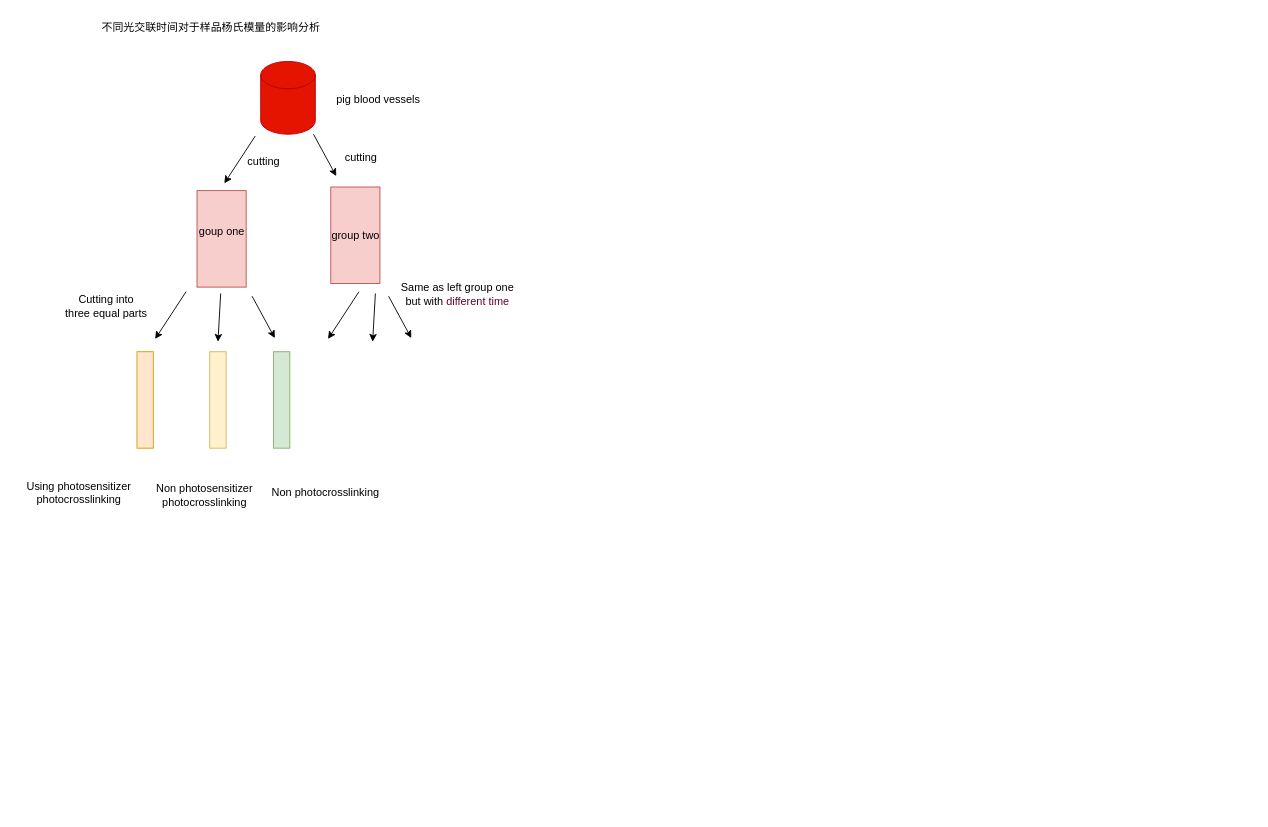
Earlier version of the draw.io diagram postgraduation/Ben 光交联实验.drawio (Thesoul20/daily-work). Source tidied: cells renumbered, new cells numbered last; positions are measured from the earlier drawing's top-left corner, leaving out a move shared by most shapes. Both pictures are drawn from the tidied source at 91%, with x=0, y=0 at pixel (15, 15).
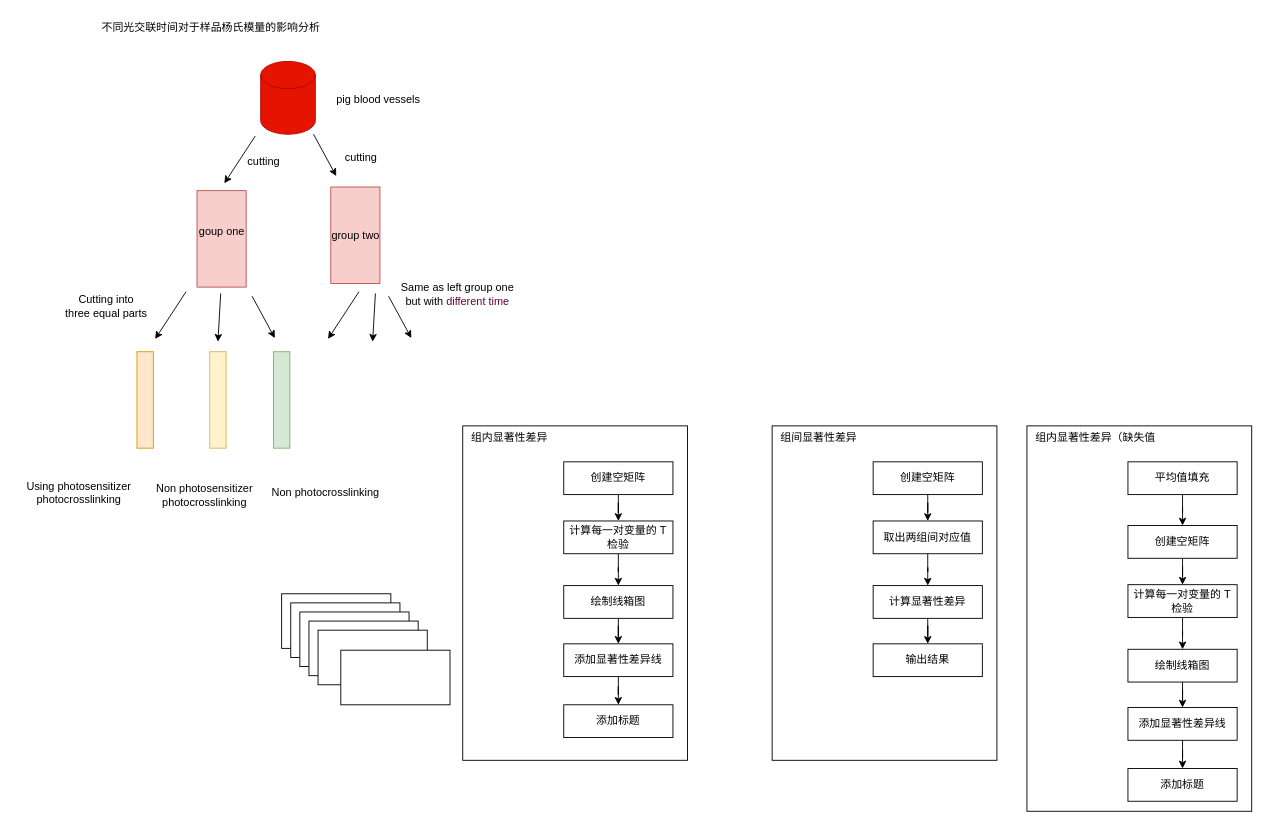
The same diagram, later.

Commit message:
draw image about Ben dataprocess on data of 2024-09-02

Diff of the diagram source:
```diff
@@
+    <mxCell id="27" style="rounded=0;whiteSpace=wrap;html=1;" parent="1" vertex="1">
+      <mxGeometry x="1111" y="450.5" width="247" height="423.5" as="geometry" />
+    </mxCell>
@@
+    <mxCell id="28" style="rounded=0;whiteSpace=wrap;html=1;" parent="1" vertex="1">
+      <mxGeometry x="292" y="635" width="120" height="60" as="geometry" />
+    </mxCell>
+    <mxCell id="29" style="rounded=0;whiteSpace=wrap;html=1;" parent="1" vertex="1">
+      <mxGeometry x="302" y="645" width="120" height="60" as="geometry" />
+    </mxCell>
+    <mxCell id="30" style="rounded=0;whiteSpace=wrap;html=1;" parent="1" vertex="1">
+      <mxGeometry x="312" y="655" width="120" height="60" as="geometry" />
+    </mxCell>
+    <mxCell id="31" style="rounded=0;whiteSpace=wrap;html=1;" parent="1" vertex="1">
+      <mxGeometry x="322" y="665" width="120" height="60" as="geometry" />
+    </mxCell>
+    <mxCell id="32" style="rounded=0;whiteSpace=wrap;html=1;" parent="1" vertex="1">
+      <mxGeometry x="332" y="675" width="120" height="60" as="geometry" />
+    </mxCell>
+    <mxCell id="33" style="rounded=0;whiteSpace=wrap;html=1;" parent="1" vertex="1">
+      <mxGeometry x="357" y="697" width="120" height="60" as="geometry" />
+    </mxCell>
+    <mxCell id="34" style="rounded=0;whiteSpace=wrap;html=1;" parent="1" vertex="1">
+      <mxGeometry x="491" y="450.5" width="247" height="367.5" as="geometry" />
+    </mxCell>
+    <mxCell id="35" style="edgeStyle=orthogonalEdgeStyle;rounded=0;jettySize=auto;html=1;" parent="1" edge="1" source="36" target="38">
+      <mxGeometry relative="1" as="geometry" />
+    </mxCell>
+    <mxCell id="36" value="&lt;div&gt;创建空矩阵&lt;/div&gt;" style="rounded=0;whiteSpace=wrap;html=1;" parent="1" vertex="1">
+      <mxGeometry x="602" y="490" width="120" height="36" as="geometry" />
+    </mxCell>
+    <mxCell id="37" style="edgeStyle=orthogonalEdgeStyle;rounded=0;jettySize=auto;html=1;" parent="1" edge="1" source="38" target="40">
+      <mxGeometry relative="1" as="geometry" />
+    </mxCell>
+    <mxCell id="38" value="计算每一对变量的 T 检验 " style="rounded=0;whiteSpace=wrap;html=1;" parent="1" vertex="1">
+      <mxGeometry x="602" y="555" width="120" height="36" as="geometry" />
+    </mxCell>
+    <mxCell id="39" style="edgeStyle=orthogonalEdgeStyle;rounded=0;jettySize=auto;html=1;" parent="1" edge="1" source="40" target="42">
+      <mxGeometry relative="1" as="geometry" />
+    </mxCell>
+    <mxCell id="40" value="绘制线箱图" style="rounded=0;whiteSpace=wrap;html=1;" parent="1" vertex="1">
+      <mxGeometry x="602" y="626" width="120" height="36" as="geometry" />
+    </mxCell>
+    <mxCell id="41" style="edgeStyle=orthogonalEdgeStyle;rounded=0;jettySize=auto;html=1;" parent="1" edge="1" source="42" target="43">
+      <mxGeometry relative="1" as="geometry" />
+    </mxCell>
+    <mxCell id="42" value="添加显著性差异线" style="rounded=0;whiteSpace=wrap;html=1;" parent="1" vertex="1">
+      <mxGeometry x="602" y="690" width="120" height="36" as="geometry" />
+    </mxCell>
+    <mxCell id="43" value="添加标题" style="rounded=0;whiteSpace=wrap;html=1;" parent="1" vertex="1">
+      <mxGeometry x="602" y="757" width="120" height="36" as="geometry" />
+    </mxCell>
+    <mxCell id="44" value="组内显著性差异" style="text;html=1;align=center;verticalAlign=middle;strokeColor=none;fillColor=none;" parent="1" vertex="1">
+      <mxGeometry x="491" y="450.5" width="102" height="26" as="geometry" />
+    </mxCell>
+    <mxCell id="45" style="rounded=0;whiteSpace=wrap;html=1;" parent="1" vertex="1">
+      <mxGeometry x="831" y="450.5" width="247" height="367.5" as="geometry" />
+    </mxCell>
+    <mxCell id="46" style="edgeStyle=orthogonalEdgeStyle;rounded=0;jettySize=auto;html=1;" parent="1" edge="1" source="47" target="49">
+      <mxGeometry relative="1" as="geometry" />
+    </mxCell>
+    <mxCell id="47" value="&lt;div&gt;创建空矩阵&lt;/div&gt;" style="rounded=0;whiteSpace=wrap;html=1;" parent="1" vertex="1">
+      <mxGeometry x="942" y="490" width="120" height="36" as="geometry" />
+    </mxCell>
+    <mxCell id="48" style="edgeStyle=orthogonalEdgeStyle;rounded=0;jettySize=auto;html=1;" parent="1" edge="1" source="49" target="51">
+      <mxGeometry relative="1" as="geometry" />
+    </mxCell>
+    <mxCell id="49" value="取出两组间对应值" style="rounded=0;whiteSpace=wrap;html=1;" parent="1" vertex="1">
+      <mxGeometry x="942" y="555" width="120" height="36" as="geometry" />
+    </mxCell>
+    <mxCell id="50" style="edgeStyle=orthogonalEdgeStyle;rounded=0;jettySize=auto;html=1;" parent="1" edge="1" source="51" target="52">
+      <mxGeometry relative="1" as="geometry" />
+    </mxCell>
+    <mxCell id="51" value="计算显著性差异" style="rounded=0;whiteSpace=wrap;html=1;" parent="1" vertex="1">
+      <mxGeometry x="942" y="626" width="120" height="36" as="geometry" />
+    </mxCell>
+    <mxCell id="52" value="输出结果" style="rounded=0;whiteSpace=wrap;html=1;" parent="1" vertex="1">
+      <mxGeometry x="942" y="690" width="120" height="36" as="geometry" />
+    </mxCell>
+    <mxCell id="53" value="组间显著性差异" style="text;html=1;align=center;verticalAlign=middle;strokeColor=none;fillColor=none;" parent="1" vertex="1">
+      <mxGeometry x="831" y="450.5" width="102" height="26" as="geometry" />
+    </mxCell>
+    <mxCell id="54" style="edgeStyle=orthogonalEdgeStyle;rounded=0;jettySize=auto;html=1;" parent="1" edge="1" source="55" target="57">
+      <mxGeometry relative="1" as="geometry" />
+    </mxCell>
+    <mxCell id="55" value="&lt;div&gt;创建空矩阵&lt;/div&gt;" style="rounded=0;whiteSpace=wrap;html=1;" parent="1" vertex="1">
+      <mxGeometry x="1222" y="560" width="120" height="36" as="geometry" />
+    </mxCell>
+    <mxCell id="56" style="edgeStyle=orthogonalEdgeStyle;rounded=0;jettySize=auto;html=1;" parent="1" edge="1" source="57" target="59">
+      <mxGeometry relative="1" as="geometry" />
+    </mxCell>
+    <mxCell id="57" value="计算每一对变量的 T 检验 " style="rounded=0;whiteSpace=wrap;html=1;" parent="1" vertex="1">
+      <mxGeometry x="1222" y="625" width="120" height="36" as="geometry" />
+    </mxCell>
+    <mxCell id="58" style="edgeStyle=orthogonalEdgeStyle;rounded=0;jettySize=auto;html=1;" parent="1" edge="1" source="59" target="61">
+      <mxGeometry relative="1" as="geometry" />
+    </mxCell>
+    <mxCell id="59" value="绘制线箱图" style="rounded=0;whiteSpace=wrap;html=1;" parent="1" vertex="1">
+      <mxGeometry x="1222" y="696" width="120" height="36" as="geometry" />
+    </mxCell>
+    <mxCell id="60" style="edgeStyle=orthogonalEdgeStyle;rounded=0;jettySize=auto;html=1;" parent="1" edge="1" source="61" target="62">
+      <mxGeometry relative="1" as="geometry" />
+    </mxCell>
+    <mxCell id="61" value="添加显著性差异线" style="rounded=0;whiteSpace=wrap;html=1;" parent="1" vertex="1">
+      <mxGeometry x="1222" y="760" width="120" height="36" as="geometry" />
+    </mxCell>
+    <mxCell id="62" value="添加标题" style="rounded=0;whiteSpace=wrap;html=1;" parent="1" vertex="1">
+      <mxGeometry x="1222" y="827" width="120" height="36" as="geometry" />
+    </mxCell>
+    <mxCell id="63" value="组内显著性差异（缺失值 " style="text;html=1;align=center;verticalAlign=middle;strokeColor=none;fillColor=none;" parent="1" vertex="1">
+      <mxGeometry x="1111" y="450.5" width="150" height="26" as="geometry" />
+    </mxCell>
+    <mxCell id="64" style="edgeStyle=orthogonalEdgeStyle;rounded=0;jettySize=auto;html=1;" parent="1" edge="1" source="65" target="55">
+      <mxGeometry relative="1" as="geometry" />
+    </mxCell>
+    <mxCell id="65" value="平均值填充" style="rounded=0;whiteSpace=wrap;html=1;" parent="1" vertex="1">
+      <mxGeometry x="1222" y="490" width="120" height="36" as="geometry" />
+    </mxCell>
```
